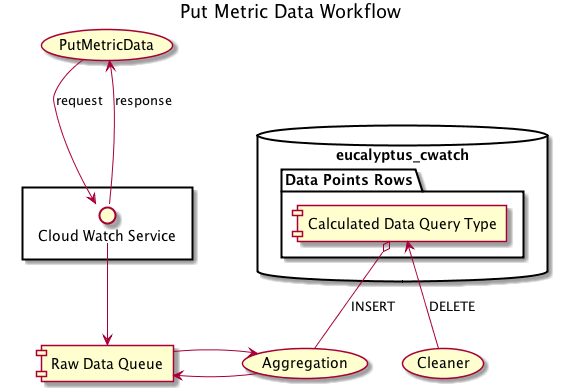
Above: features/cloudwatch/3.3/put-metric-data-workflow.png in eucalyptus/architecture (PlantUML), before the change. Its source is kept beside it as features/cloudwatch/3.3/put-metric-data-workflow.puml.
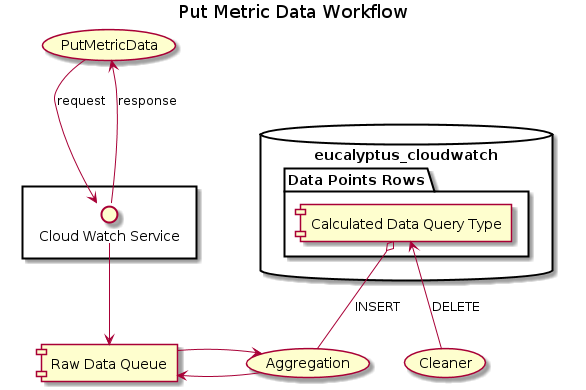
Later version of the same file.

Commit message:
updating put-metric-data-workflow.puml and put-metric-data-workflow.png, changing db name to eucalyptus_cloudwatch to match component architecture

Change to the diagram source:
```diff
@@ -10,7 +10,7 @@
 () "Cloud Watch Service" -down-> [Raw Data Queue]
 [Raw Data Queue] --> (Aggregation)
 [Raw Data Queue] <-right- (Aggregation)
-database "eucalyptus_cwatch" {
+database "eucalyptus_cloudwatch" {
 folder "Data Points Rows" {
     [Calculated Data Query Type]
   }
```
